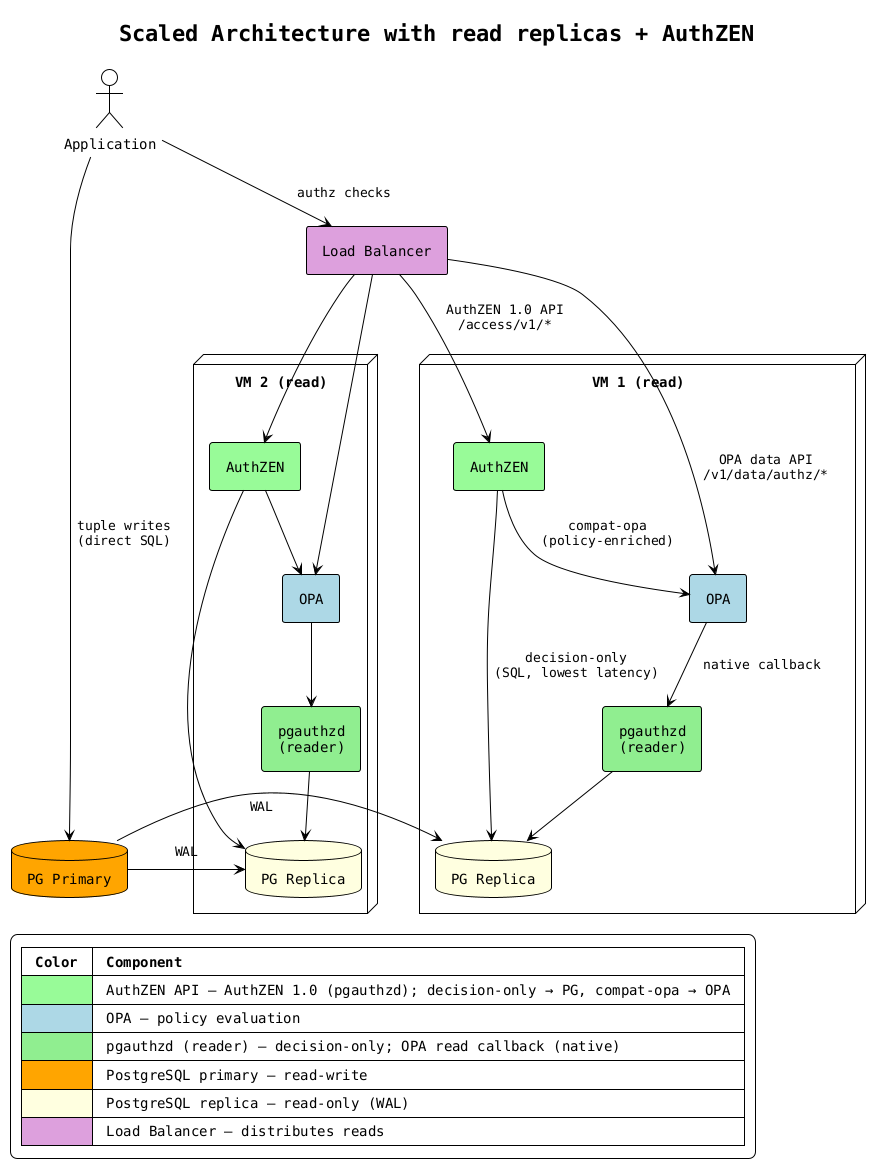
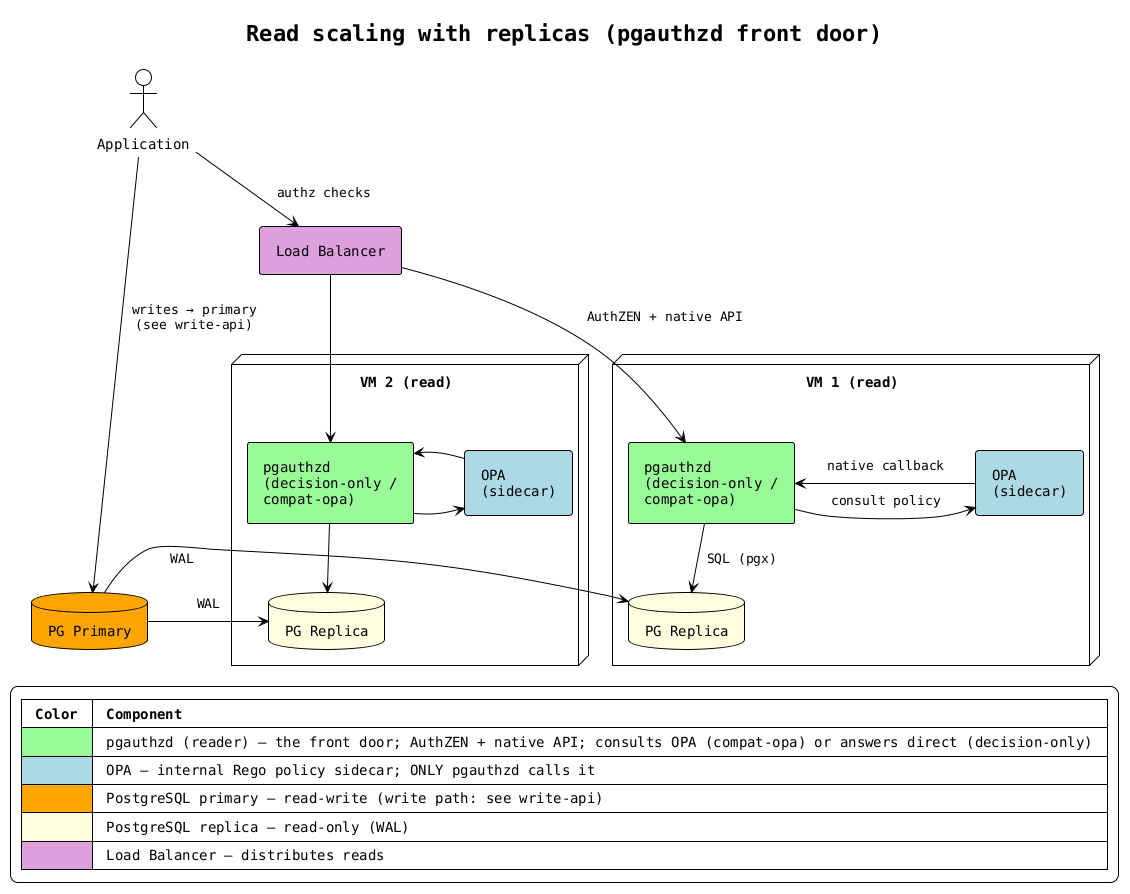
@startuml architecture-read-scaled

!theme plain
skinparam backgroundColor white
skinparam componentStyle rectangle
skinparam defaultFontName monospaced
skinparam nodesep 50
skinparam ranksep 40
skinparam padding 6

- title Scaled Architecture with read replicas + AuthZEN
+ title Read scaling with replicas (pgauthzd front door)

actor "Application" as app3

component "Load Balancer" as lb #Plum

node "VM 1 (read)" as vm1 {
-     component "OPA" as opa3a #LightBlue
-     component "AuthZEN" as az3a #PaleGreen
-     component "pgauthzd\n(reader)" as pgd3a #LightGreen
+     component "pgauthzd\n(decision-only /\ncompat-opa)" as pgd3a #PaleGreen
+     component "OPA\n(sidecar)" as opa3a #LightBlue
    database "PG Replica" as pgr3a #LightYellow
}

node "VM 2 (read)" as vm2 {
-     component "OPA" as opa3b #LightBlue
-     component "AuthZEN" as az3b #PaleGreen
-     component "pgauthzd\n(reader)" as pgd3b #LightGreen
+     component "pgauthzd\n(decision-only /\ncompat-opa)" as pgd3b #PaleGreen
+     component "OPA\n(sidecar)" as opa3b #LightBlue
    database "PG Replica" as pgr3b #LightYellow
}

database "PG Primary" as pgp3 #Orange

- ' Read path
+ ' Read path — pgauthzd is the ONLY front door; scale it out (with its OPA
+ ' sidecar) next to each read replica. It answers directly from the graph
+ ' (decision-only) or consults OPA for Rego policy (compat-opa); only pgauthzd
+ ' calls OPA, which calls back into pgauthzd's native listener for the graph.
app3 -down-> lb : "authz checks"
- lb -down-> opa3a : "OPA data API\n/v1/data/authz/*"
- lb -down-> opa3b
- lb -down-> az3a : "AuthZEN 1.0 API\n/access/v1/*"
- lb -down-> az3b
- opa3a -down-> pgd3a : "native callback"
- opa3b -down-> pgd3b
- az3a -down-> opa3a : "compat-opa\n(policy-enriched)"
- az3a -down-> pgr3a : "decision-only\n(SQL, lowest latency)"
- az3b -down-> opa3b
- az3b -down-> pgr3b
- pgd3a -down-> pgr3a
+ lb -down-> pgd3a : "AuthZEN + native API"
+ lb -down-> pgd3b
+ pgd3a -right-> opa3a : "consult policy"
+ opa3a -left-> pgd3a : "native callback"
+ pgd3b -right-> opa3b
+ opa3b -left-> pgd3b
+ pgd3a -down-> pgr3a : "SQL (pgx)"
pgd3b -down-> pgr3b

- ' Writes go to primary
- app3 -down-> pgp3 : "tuple writes\n(direct SQL)"
+ ' Writes go to the primary — the focus here is READ scaling, so the write path
+ ' is kept as a single edge; see architecture-write-api for how it is enforced
+ ' (a full-profile pgauthzd writer, or — rarely — a scoped application DB role).
+ app3 -down-> pgp3 : "writes → primary\n(see write-api)"

' Replication
pgp3 -right-> pgr3a : "  WAL  "
pgp3 -right-> pgr3b : "  WAL  "

legend bottom left
  |= Color |= Component |
-   | <#PaleGreen> | AuthZEN API — AuthZEN 1.0 (pgauthzd); decision-only → PG, compat-opa → OPA |
-   | <#LightBlue> | OPA — policy evaluation |
-   | <#LightGreen> | pgauthzd (reader) — decision-only; OPA read callback (native) |
-   | <#Orange> | PostgreSQL primary — read-write |
+   | <#PaleGreen> | pgauthzd (reader) — the front door; AuthZEN + native API; consults OPA (compat-opa) or answers direct (decision-only) |
+   | <#LightBlue> | OPA — internal Rego policy sidecar; ONLY pgauthzd calls it |
+   | <#Orange> | PostgreSQL primary — read-write (write path: see write-api) |
  | <#LightYellow> | PostgreSQL replica — read-only (WAL) |
  | <#Plum> | Load Balancer — distributes reads |
end legend

@enduml
